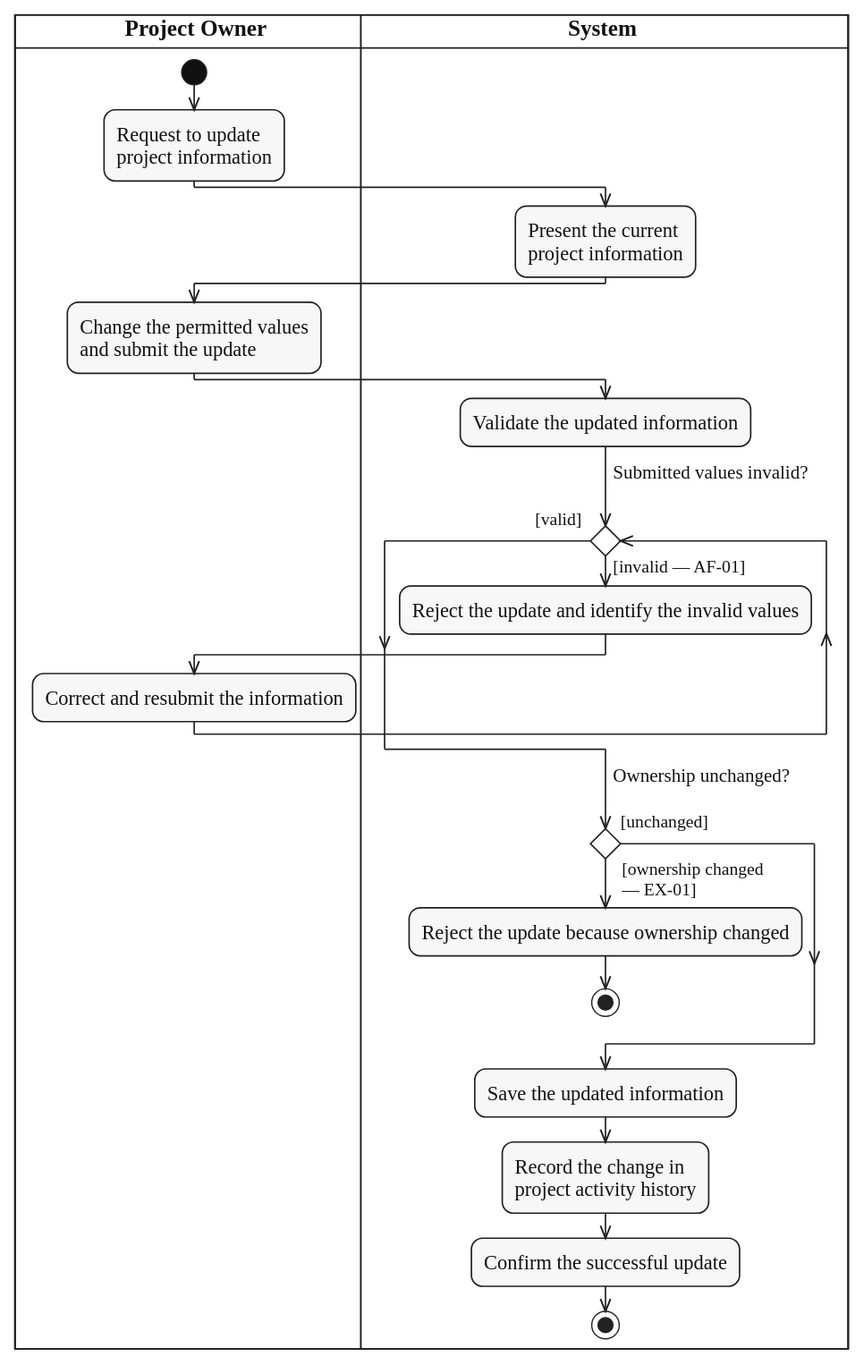
Earlier version of the PlantUML export diagrams/activity/project-membership/svg/UC-PROJECT-UPDATE.svg (lukenab/swd392-doc-automation). Its source is kept beside it as diagrams/activity/project-membership/source/UC-PROJECT-UPDATE.puml. Its diagram source:
```plantuml
@startuml UC-PROJECT-UPDATE
!include ../../_shared/activity-style.puml

|OWN| $lane_title("Project Owner")
|SYS| $lane_title("System")

|OWN|
start
:Request to update
project information;
|SYS|
:Present the current
project information;
|OWN|
:Change the permitted values
and submit the update;
|SYS|
:Validate the updated information;
while ($question("Submitted values invalid?")) is ($guard_left("[invalid — AF-01]"))
  :Reject the update and identify the invalid values;
  |OWN|
  :Correct and resubmit the information;
  |SYS|
endwhile ($guard("[valid]"))
if ($question("Ownership unchanged?")) then ($guard_left("[unchanged]"))
else ($guard_right("[ownership changed", "— EX-01]"))
  :Reject the update because ownership changed;
  stop
endif
:Save the updated information;
:Record the change in
project activity history;
:Confirm the successful update;
stop
@enduml
```
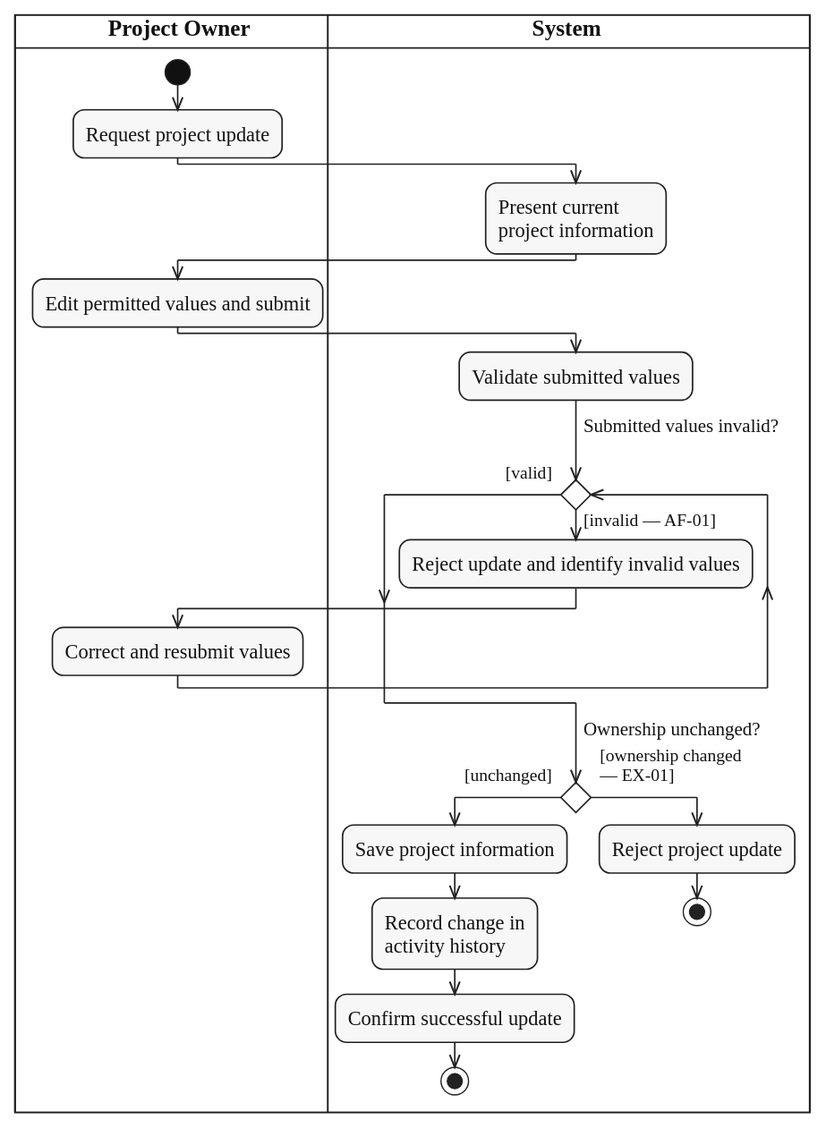
The same file after the commit.

Change to the diagram source:
```diff
@@ -6,30 +6,29 @@
 
 |OWN|
 start
-:Request to update
-project information;
+:Request project update;
 |SYS|
-:Present the current
+:Present current
 project information;
 |OWN|
-:Change the permitted values
-and submit the update;
+:Edit permitted values and submit;
 |SYS|
-:Validate the updated information;
+:Validate submitted values;
 while ($question("Submitted values invalid?")) is ($guard_left("[invalid — AF-01]"))
-  :Reject the update and identify the invalid values;
+  :Reject update and identify invalid values;
   |OWN|
-  :Correct and resubmit the information;
+  :Correct and resubmit values;
   |SYS|
 endwhile ($guard("[valid]"))
 if ($question("Ownership unchanged?")) then ($guard_left("[unchanged]"))
+  :Save project information;
+  :Record change in
+  activity history;
+  :Confirm successful update;
+  stop
 else ($guard_right("[ownership changed", "— EX-01]"))
-  :Reject the update because ownership changed;
+  |SYS|
+  :Reject project update;
   stop
 endif
-:Save the updated information;
-:Record the change in
-project activity history;
-:Confirm the successful update;
-stop
 @enduml
```
